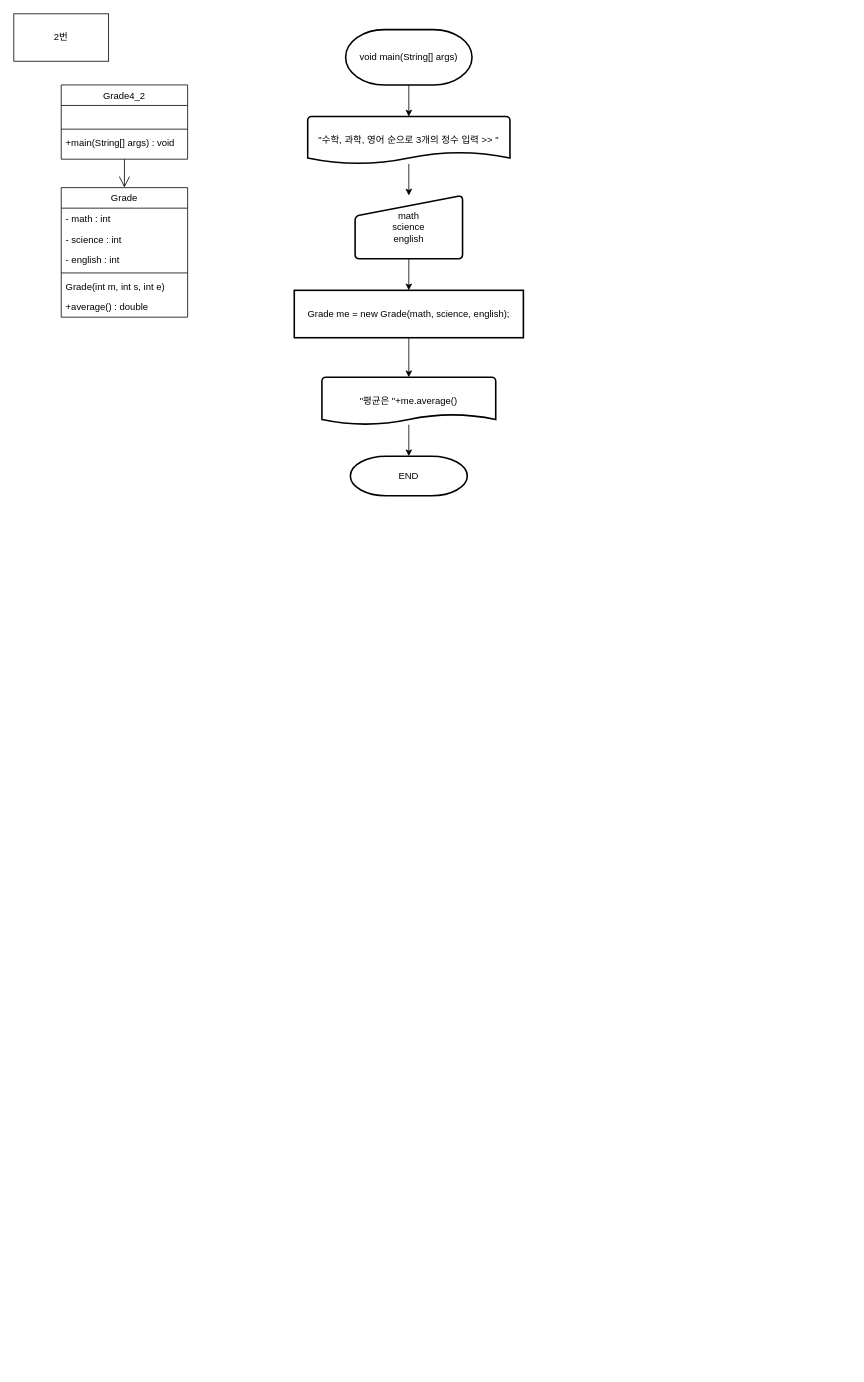
skatld123/NSH keeps this draw.io diagram as 4장 과제.drawio. Above is the earlier version. Source tidied: cells renumbered, new cells numbered last; positions are measured from the earlier drawing's top-left corner, leaving out a move shared by most shapes. Both pictures are drawn from the tidied source at 79%, with x=0, y=0 at pixel (13, 13).
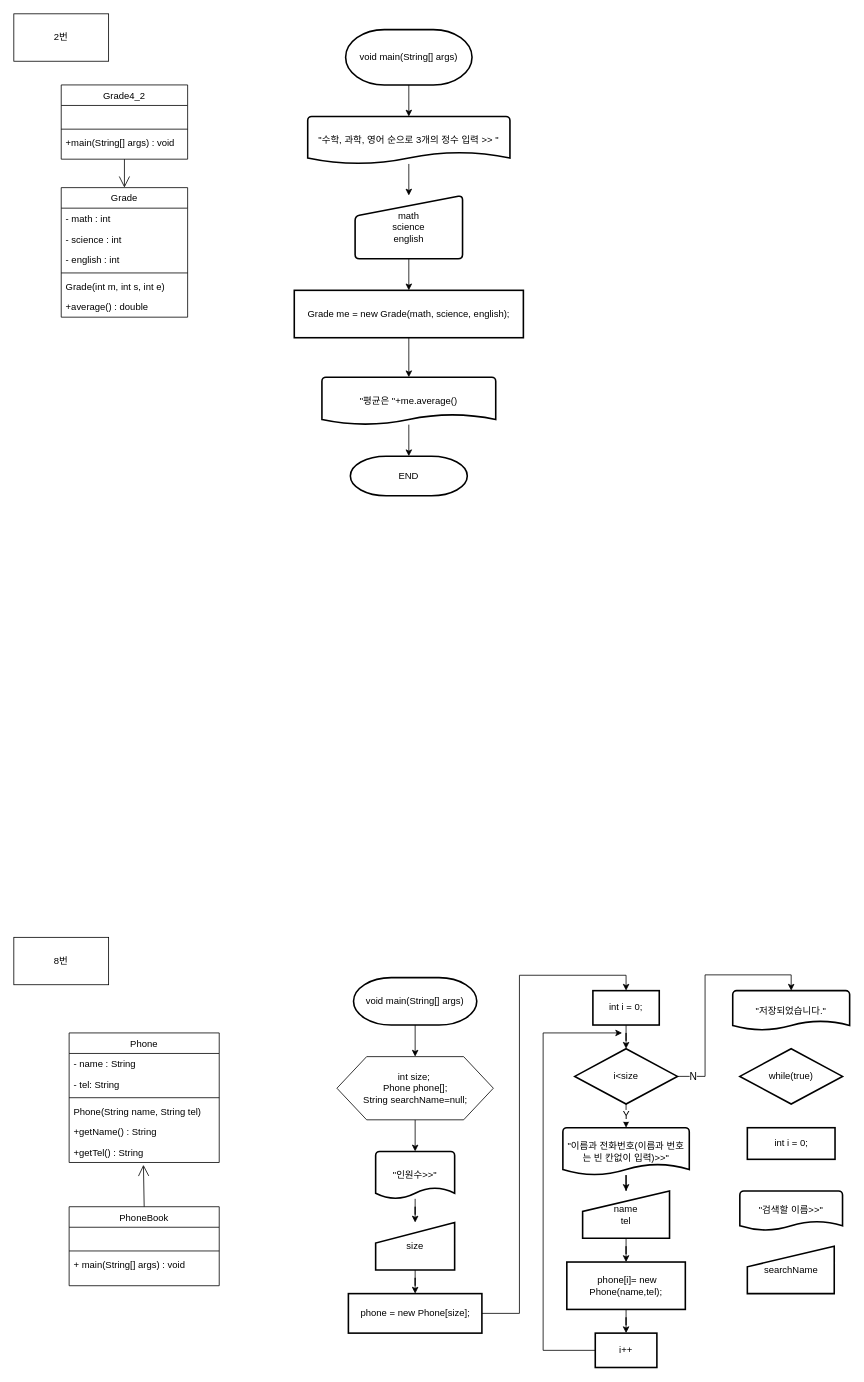
After the change.

Commit message (it also covers changes not shown here):
4장 과제.drawio 업데이트

Change to the diagram source:
```diff
@@
+    <mxCell id="26" value="8번" style="rounded=0;whiteSpace=wrap;html=1;" parent="1" vertex="1">
+      <mxGeometry y="1169" width="120" height="60" as="geometry" />
+    </mxCell>
+    <mxCell id="27" value="Phone" style="swimlane;fontStyle=0;align=center;verticalAlign=top;horizontal=1;startSize=26;rounded=0;shadow=0;strokeWidth=1;" parent="1" vertex="1">
+      <mxGeometry x="70" y="1290" width="190" height="164" as="geometry" />
+    </mxCell>
+    <mxCell id="28" value="- name : String" style="text;align=left;verticalAlign=top;spacingLeft=4;spacingRight=4;overflow=hidden;" parent="27" vertex="1">
+      <mxGeometry y="26" width="190" height="26" as="geometry" />
+    </mxCell>
+    <mxCell id="29" value="- tel: String" style="text;align=left;verticalAlign=top;spacingLeft=4;spacingRight=4;overflow=hidden;rounded=0;shadow=0;html=0;" parent="27" vertex="1">
+      <mxGeometry y="52" width="190" height="26" as="geometry" />
+    </mxCell>
+    <mxCell id="30" style="line;html=1;strokeWidth=1;align=left;verticalAlign=middle;spacingTop=-1;spacingLeft=3;spacingRight=3;labelPosition=right;" parent="27" vertex="1">
+      <mxGeometry y="78" width="190" height="8" as="geometry" />
+    </mxCell>
+    <mxCell id="31" value="Phone(String name, String tel)" style="text;align=left;verticalAlign=top;spacingLeft=4;spacingRight=4;overflow=hidden;" parent="27" vertex="1">
+      <mxGeometry y="86" width="190" height="26" as="geometry" />
+    </mxCell>
+    <mxCell id="32" value="+getName() : String" style="text;align=left;verticalAlign=top;spacingLeft=4;spacingRight=4;overflow=hidden;" parent="27" vertex="1">
+      <mxGeometry y="112" width="190" height="26" as="geometry" />
+    </mxCell>
+    <mxCell id="33" value="+getTel() : String" style="text;align=left;verticalAlign=top;spacingLeft=4;spacingRight=4;overflow=hidden;points=[[0,0.5],[1,0.5]];portConstraint=eastwest;" parent="27" vertex="1">
+      <mxGeometry y="138" width="190" height="26" as="geometry" />
+    </mxCell>
+    <mxCell id="34" value="PhoneBook" style="swimlane;fontStyle=0;align=center;verticalAlign=top;horizontal=1;startSize=26;rounded=0;shadow=0;strokeWidth=1;" parent="1" vertex="1">
+      <mxGeometry x="70" y="1510" width="190" height="100" as="geometry" />
+    </mxCell>
+    <mxCell id="35" value=" " style="text;align=left;verticalAlign=top;spacingLeft=4;spacingRight=4;overflow=hidden;" parent="34" vertex="1">
+      <mxGeometry y="26" width="190" height="26" as="geometry" />
+    </mxCell>
+    <mxCell id="36" style="line;html=1;strokeWidth=1;align=left;verticalAlign=middle;spacingTop=-1;spacingLeft=3;spacingRight=3;labelPosition=right;" parent="34" vertex="1">
+      <mxGeometry y="52" width="190" height="8" as="geometry" />
+    </mxCell>
+    <mxCell id="37" value="+ main(String[] args) : void" style="text;align=left;verticalAlign=top;spacingLeft=4;spacingRight=4;overflow=hidden;" parent="34" vertex="1">
+      <mxGeometry y="60" width="190" height="26" as="geometry" />
+    </mxCell>
+    <mxCell id="38" style="endArrow=open;endFill=1;endSize=12;html=1;entryX=0.495;entryY=1.115;entryDx=0;entryDy=0;exitX=0.5;exitY=0;exitDx=0;exitDy=0;entryPerimeter=0;" parent="1" edge="1" source="34" target="33">
+      <mxGeometry relative="1" as="geometry" />
+    </mxCell>
+    <mxCell id="39" style="edgeStyle=orthogonalEdgeStyle;rounded=0;jettySize=auto;html=1;" parent="1" edge="1" source="40" target="42">
+      <mxGeometry relative="1" as="geometry" />
+    </mxCell>
+    <mxCell id="40" value="void main(String[] args)" style="strokeWidth=2;html=1;shape=mxgraph.flowchart.terminator;whiteSpace=wrap;" parent="1" vertex="1">
+      <mxGeometry x="430" y="1220" width="156" height="60" as="geometry" />
+    </mxCell>
+    <mxCell id="41" style="edgeStyle=orthogonalEdgeStyle;rounded=0;jettySize=auto;html=1;" parent="1" edge="1" source="42" target="44">
+      <mxGeometry relative="1" as="geometry" />
+    </mxCell>
+    <mxCell id="42" value="&lt;div&gt;int size;&amp;nbsp;&lt;/div&gt;&lt;div&gt;&lt;span&gt;  &lt;/span&gt;Phone phone[];&lt;/div&gt;&lt;div&gt;&lt;span&gt;  &lt;/span&gt;String searchName=null;&lt;/div&gt;" style="verticalLabelPosition=middle;verticalAlign=middle;html=1;shape=hexagon;perimeter=hexagonPerimeter2;arcSize=6;size=0.19;labelPosition=center;align=center;" parent="1" vertex="1">
+      <mxGeometry x="409" y="1320" width="198" height="80" as="geometry" />
+    </mxCell>
+    <mxCell id="43" style="edgeStyle=orthogonalEdgeStyle;rounded=0;jettySize=auto;html=1;" parent="1" edge="1" source="44" target="48">
+      <mxGeometry relative="1" as="geometry" />
+    </mxCell>
+    <mxCell id="44" value="&quot;인원수&amp;gt;&amp;gt;&quot;" style="strokeWidth=2;html=1;shape=mxgraph.flowchart.document2;whiteSpace=wrap;size=0.23333333333333334;" parent="1" vertex="1">
+      <mxGeometry x="458" y="1440" width="100" height="60" as="geometry" />
+    </mxCell>
+    <mxCell id="45" style="edgeStyle=orthogonalEdgeStyle;rounded=0;jettySize=auto;html=1;entryX=0.5;entryY=0;entryDx=0;entryDy=0;" parent="1" edge="1" source="46" target="50">
+      <mxGeometry relative="1" as="geometry">
+        <Array as="points">
+          <mxPoint x="640" y="1645" />
+          <mxPoint x="640" y="1217" />
+          <mxPoint x="775" y="1217" />
+        </Array>
+      </mxGeometry>
+    </mxCell>
+    <mxCell id="46" value="phone = new Phone[size];" style="rounded=1;whiteSpace=wrap;html=1;absoluteArcSize=1;arcSize=0;strokeWidth=2;" parent="1" vertex="1">
+      <mxGeometry x="423.5" y="1620" width="169" height="50" as="geometry" />
+    </mxCell>
+    <mxCell id="47" style="edgeStyle=orthogonalEdgeStyle;rounded=0;jettySize=auto;html=1;" parent="1" edge="1" source="48" target="46">
+      <mxGeometry relative="1" as="geometry" />
+    </mxCell>
+    <mxCell id="48" value="size" style="html=1;strokeWidth=2;shape=manualInput;whiteSpace=wrap;rounded=1;size=26;arcSize=0;" parent="1" vertex="1">
+      <mxGeometry x="458" y="1530" width="100" height="60" as="geometry" />
+    </mxCell>
+    <mxCell id="49" style="edgeStyle=orthogonalEdgeStyle;rounded=0;jettySize=auto;html=1;" parent="1" edge="1" source="50" target="53">
+      <mxGeometry relative="1" as="geometry" />
+    </mxCell>
+    <mxCell id="50" value="int i = 0;" style="rounded=1;whiteSpace=wrap;html=1;absoluteArcSize=1;arcSize=0;strokeWidth=2;" parent="1" vertex="1">
+      <mxGeometry x="733" y="1236.5" width="84" height="43.5" as="geometry" />
+    </mxCell>
+    <mxCell id="51" value="Y" style="edgeStyle=orthogonalEdgeStyle;rounded=0;jettySize=auto;html=1;entryX=0.5;entryY=0;entryDx=0;entryDy=0;entryPerimeter=0;fontSize=13;" parent="1" edge="1" source="53" target="57">
+      <mxGeometry relative="1" as="geometry" />
+    </mxCell>
+    <mxCell id="52" value="N" style="edgeStyle=orthogonalEdgeStyle;rounded=0;jettySize=auto;html=1;entryX=0.5;entryY=0;entryDx=0;entryDy=0;entryPerimeter=0;fontSize=13;" parent="1" edge="1" source="53" target="62">
+      <mxGeometry x="-0.86" relative="1" as="geometry" />
+    </mxCell>
+    <mxCell id="53" value="i&amp;lt;size" style="strokeWidth=2;html=1;shape=mxgraph.flowchart.decision;whiteSpace=wrap;" parent="1" vertex="1">
+      <mxGeometry x="710" y="1310" width="130" height="70" as="geometry" />
+    </mxCell>
+    <mxCell id="54" style="edgeStyle=orthogonalEdgeStyle;rounded=0;jettySize=auto;html=1;" parent="1" edge="1" source="55">
+      <mxGeometry relative="1" as="geometry">
+        <mxPoint x="770" y="1290" as="targetPoint" />
+        <Array as="points">
+          <mxPoint x="670" y="1692" />
+          <mxPoint x="670" y="1290" />
+        </Array>
+      </mxGeometry>
+    </mxCell>
+    <mxCell id="55" value="i++" style="rounded=1;whiteSpace=wrap;html=1;absoluteArcSize=1;arcSize=0;strokeWidth=2;" parent="1" vertex="1">
+      <mxGeometry x="736" y="1670" width="78" height="43.5" as="geometry" />
+    </mxCell>
+    <mxCell id="56" style="edgeStyle=orthogonalEdgeStyle;rounded=0;jettySize=auto;html=1;" parent="1" edge="1" source="57" target="61">
+      <mxGeometry relative="1" as="geometry" />
+    </mxCell>
+    <mxCell id="57" value="&quot;이름과 전화번호(이름과 번호는 빈 칸없이 입력)&amp;gt;&amp;gt;&quot;" style="strokeWidth=2;html=1;shape=mxgraph.flowchart.document2;whiteSpace=wrap;size=0.23333333333333334;" parent="1" vertex="1">
+      <mxGeometry x="695" y="1410" width="160" height="60" as="geometry" />
+    </mxCell>
+    <mxCell id="58" style="edgeStyle=orthogonalEdgeStyle;rounded=0;jettySize=auto;html=1;" parent="1" edge="1" source="59" target="55">
+      <mxGeometry relative="1" as="geometry" />
+    </mxCell>
+    <mxCell id="59" value="&lt;div&gt;&lt;span&gt;&amp;nbsp;&lt;/span&gt;&lt;span&gt;phone[i]= new Phone(name,tel);&lt;/span&gt;&lt;/div&gt;" style="rounded=1;whiteSpace=wrap;html=1;absoluteArcSize=1;arcSize=0;strokeWidth=2;" parent="1" vertex="1">
+      <mxGeometry x="700" y="1580" width="150" height="60" as="geometry" />
+    </mxCell>
+    <mxCell id="60" style="edgeStyle=orthogonalEdgeStyle;rounded=0;jettySize=auto;html=1;" parent="1" edge="1" source="61" target="59">
+      <mxGeometry relative="1" as="geometry" />
+    </mxCell>
+    <mxCell id="61" value="name&lt;br&gt;tel" style="html=1;strokeWidth=2;shape=manualInput;whiteSpace=wrap;rounded=1;size=26;arcSize=0;" parent="1" vertex="1">
+      <mxGeometry x="720" y="1490" width="110" height="60" as="geometry" />
+    </mxCell>
+    <mxCell id="62" value="&quot;저장되었습니다.&quot;" style="strokeWidth=2;html=1;shape=mxgraph.flowchart.document2;whiteSpace=wrap;size=0.23333333333333334;" parent="1" vertex="1">
+      <mxGeometry x="910" y="1236.5" width="148" height="50" as="geometry" />
+    </mxCell>
+    <mxCell id="63" value="while(true)" style="strokeWidth=2;html=1;shape=mxgraph.flowchart.decision;whiteSpace=wrap;" parent="1" vertex="1">
+      <mxGeometry x="919" y="1310" width="130" height="70" as="geometry" />
+    </mxCell>
+    <mxCell id="64" value="int i = 0;" style="rounded=1;whiteSpace=wrap;html=1;absoluteArcSize=1;arcSize=0;strokeWidth=2;" parent="1" vertex="1">
+      <mxGeometry x="928.5" y="1410" width="111" height="40" as="geometry" />
+    </mxCell>
+    <mxCell id="65" value="&quot;검색할 이름&amp;gt;&amp;gt;&quot;" style="strokeWidth=2;html=1;shape=mxgraph.flowchart.document2;whiteSpace=wrap;size=0.23333333333333334;" parent="1" vertex="1">
+      <mxGeometry x="919" y="1490" width="130" height="50" as="geometry" />
+    </mxCell>
+    <mxCell id="66" value="searchName" style="html=1;strokeWidth=2;shape=manualInput;whiteSpace=wrap;rounded=1;size=26;arcSize=0;" parent="1" vertex="1">
+      <mxGeometry x="928.5" y="1560" width="110" height="60" as="geometry" />
+    </mxCell>
```
